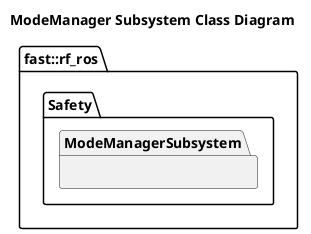
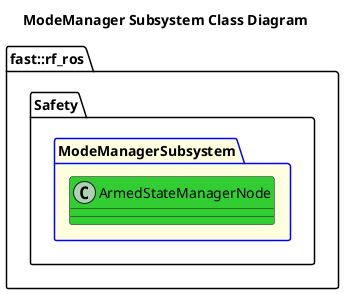
@startuml
title ModeManager Subsystem Class Diagram

namespace fast::rf_ros {
    namespace Safety {
-         namespace ModeManagerSubsystem {
+         package ModeManagerSubsystem #LightYellow;line:blue {
+             class ArmedStateManagerNode #LimeGreen {
+ 
+             }
        }
    }
}
@enduml